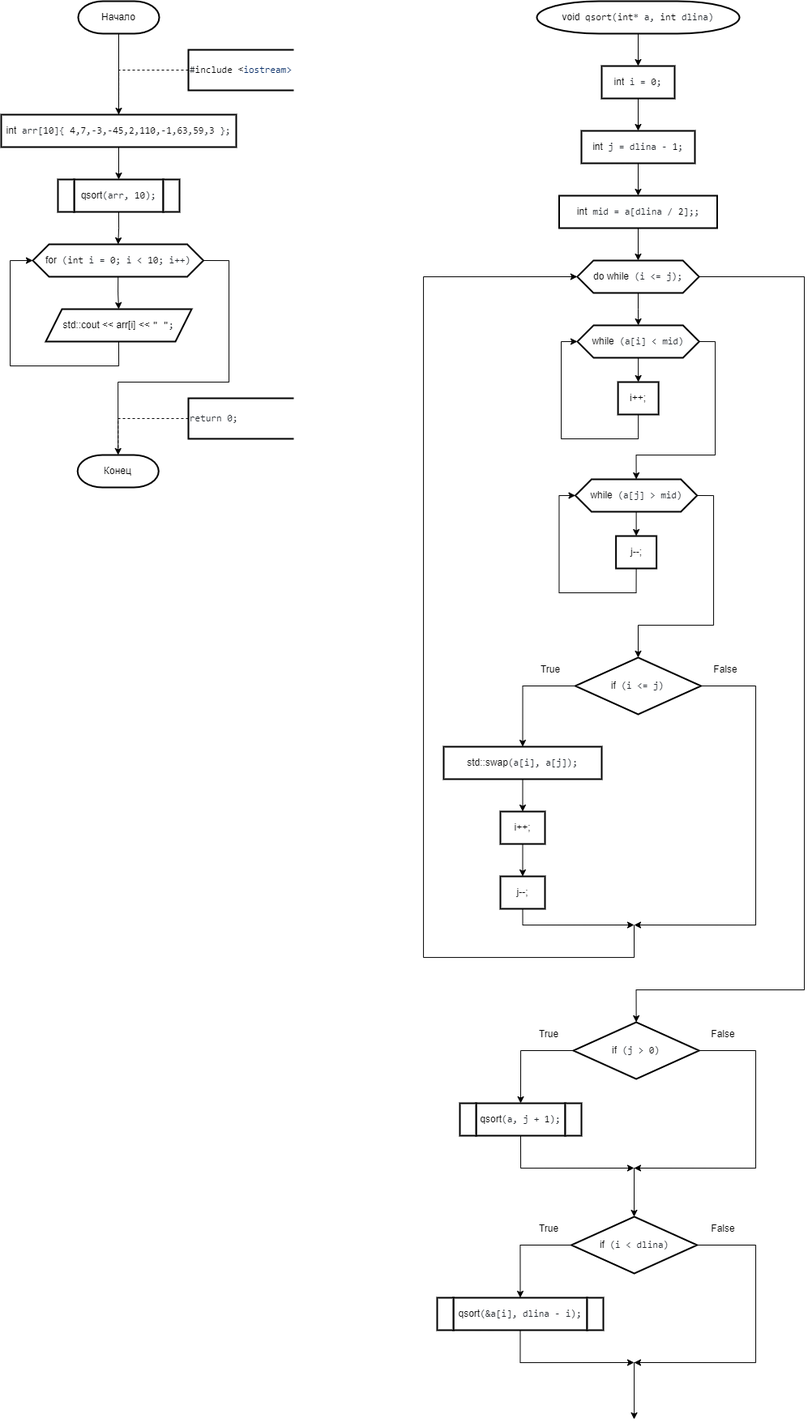
Before: 2 Семестр/Labs/№9 Сложные сортировки быстрая (Хоара), слиянием, подсчетом, блочная, Шелла/Быстрая.png, a diagram exported from draw.io (IlyaFedoseev227/LABS-PNRPU-IVT-22-1b). Source tidied: cells renumbered, new cells last; positions are measured from the earlier drawing's top-left corner, leaving out a move shared by most shapes.
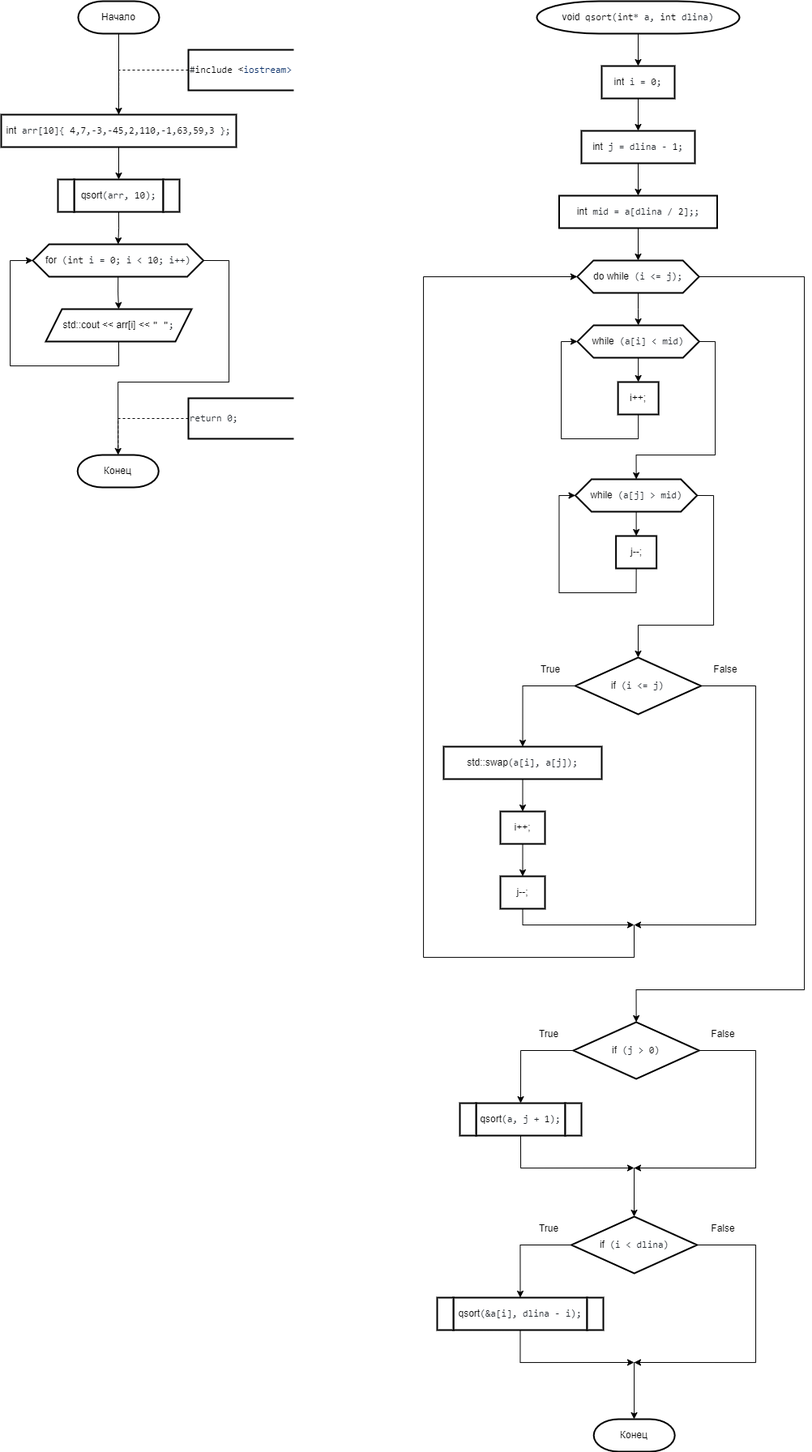
After the change.

Diff of the diagram source:
```diff
@@ -318,5 +318,8 @@
         </Array>
       </mxGeometry>
     </mxCell>
+    <mxCell id="73" value="Конец" style="strokeWidth=2;html=1;shape=mxgraph.flowchart.terminator;whiteSpace=wrap;" parent="1" vertex="1">
+      <mxGeometry x="731.2" y="1750" width="100" height="40" as="geometry" />
+    </mxCell>
   </root>
 </mxGraphModel>
```
